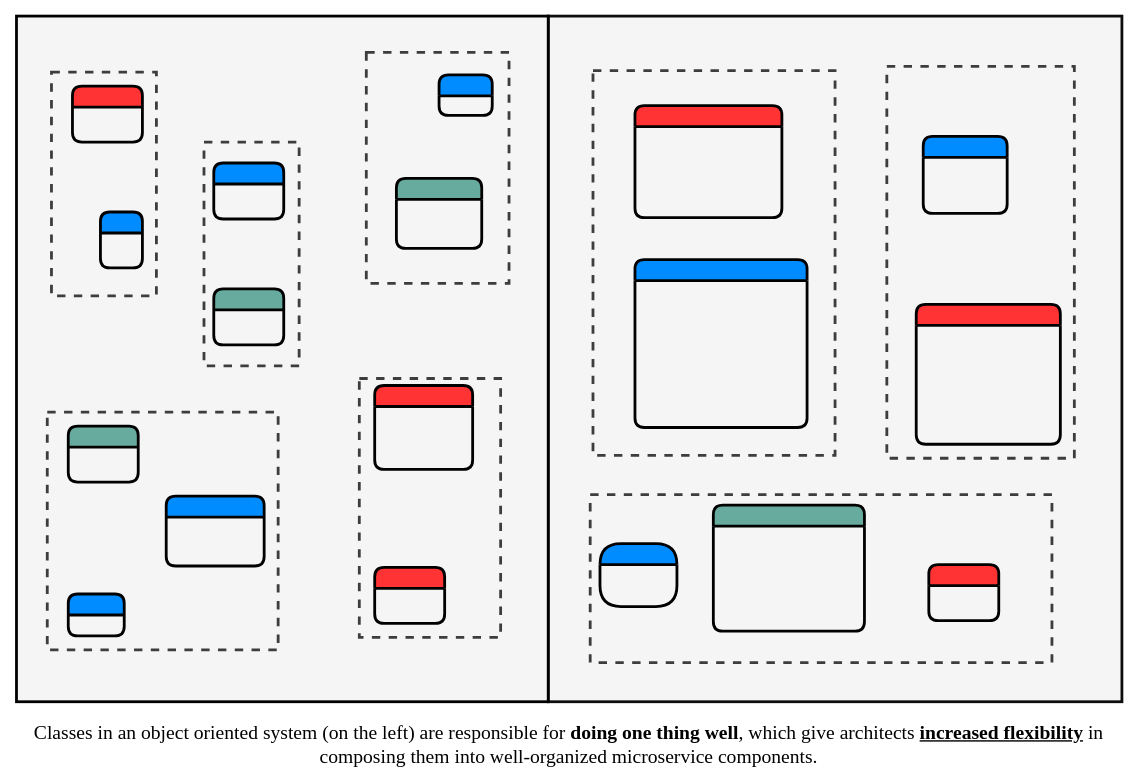
Above: images/do_one_thing_well.svg in Zir0-93/zir0-93.github.io (draw.io), before the change. Source tidied: cells renumbered, new cells last; positions are measured from the earlier drawing's top-left corner, leaving out a move shared by most shapes. Its diagram source:
```xml
<mxGraphModel>
  <root>
    <mxCell id="0" />
    <mxCell id="1" parent="0" />
    <mxCell id="2" style="whiteSpace=wrap;html=1;fillColor=#f5f5f5;strokeColor=#0D0D0D;fontColor=#333333;strokeWidth=2;" parent="1" vertex="1">
      <mxGeometry x="380" width="410" height="490" as="geometry" />
    </mxCell>
    <mxCell id="3" style="rounded=0;whiteSpace=wrap;html=1;strokeColor=#3D3D3D;fillColor=none;strokeWidth=2;dashed=1;" parent="1" vertex="1">
      <mxGeometry x="412" y="39" width="173" height="275" as="geometry" />
    </mxCell>
    <mxCell id="4" style="whiteSpace=wrap;html=1;fillColor=#f5f5f5;strokeColor=#000000;fontColor=#333333;strokeWidth=2;" parent="1" vertex="1">
      <mxGeometry width="380" height="490" as="geometry" />
    </mxCell>
    <mxCell id="5" style="rounded=0;whiteSpace=wrap;html=1;strokeColor=#3D3D3D;fillColor=none;strokeWidth=2;dashed=1;" parent="1" vertex="1">
      <mxGeometry x="25" y="40" width="75" height="160" as="geometry" />
    </mxCell>
    <mxCell id="6" style="rounded=0;whiteSpace=wrap;html=1;strokeColor=#3D3D3D;fillColor=none;strokeWidth=2;dashed=1;" parent="1" vertex="1">
      <mxGeometry x="250" y="26" width="102" height="165" as="geometry" />
    </mxCell>
    <mxCell id="7" style="rounded=0;whiteSpace=wrap;html=1;strokeColor=#3D3D3D;fillColor=none;strokeWidth=2;dashed=1;" parent="1" vertex="1">
      <mxGeometry x="22" y="283" width="165" height="170" as="geometry" />
    </mxCell>
    <mxCell id="8" style="swimlane;horizontal=1;startSize=15;fillColor=#FF3333;fontColor=#FFFFFF;rounded=1;fontSize=14;fontStyle=0;strokeWidth=2;shadow=0;dashed=0;align=center;" parent="1" vertex="1" collapsed="1">
      <mxGeometry x="40" y="50" width="50" height="40" as="geometry" />
    </mxCell>
    <mxCell id="9" style="swimlane;horizontal=1;startSize=15;fillColor=#008cff;fontColor=#FFFFFF;rounded=1;fontSize=14;fontStyle=0;strokeWidth=2;shadow=0;dashed=0;align=center;" parent="1" vertex="1" collapsed="1">
      <mxGeometry x="60" y="140" width="30" height="40" as="geometry" />
    </mxCell>
    <mxCell id="10" style="swimlane;horizontal=1;startSize=15;fillColor=#008cff;fontColor=#FFFFFF;rounded=1;fontSize=14;fontStyle=0;strokeWidth=2;shadow=0;dashed=0;align=center;" parent="1" vertex="1" collapsed="1">
      <mxGeometry x="141" y="105" width="50" height="40" as="geometry" />
    </mxCell>
    <mxCell id="11" style="swimlane;horizontal=1;startSize=15;fillColor=#67AB9F;rounded=1;fontSize=14;fontStyle=0;strokeWidth=2;shadow=0;dashed=0;align=center;strokeColor=#000000;" parent="1" vertex="1" collapsed="1">
      <mxGeometry x="141" y="195" width="50" height="40" as="geometry" />
    </mxCell>
    <mxCell id="12" style="swimlane;horizontal=1;startSize=15;fillColor=#67AB9F;fontColor=#FFFFFF;rounded=1;fontSize=14;fontStyle=0;strokeWidth=2;shadow=0;dashed=0;align=center;" parent="1" vertex="1" collapsed="1">
      <mxGeometry x="37" y="293" width="50" height="40" as="geometry" />
    </mxCell>
    <mxCell id="13" style="swimlane;horizontal=1;startSize=15;fillColor=#008cff;fontColor=#FFFFFF;rounded=1;fontSize=14;fontStyle=0;strokeWidth=2;shadow=0;dashed=0;align=center;" parent="1" vertex="1" collapsed="1">
      <mxGeometry x="107" y="343" width="70" height="50" as="geometry" />
    </mxCell>
    <mxCell id="14" style="swimlane;horizontal=1;startSize=15;fillColor=#008cff;fontColor=#FFFFFF;rounded=1;fontSize=14;fontStyle=0;strokeWidth=2;shadow=0;dashed=0;align=center;" parent="1" vertex="1" collapsed="1">
      <mxGeometry x="37" y="413" width="40" height="30" as="geometry" />
    </mxCell>
    <mxCell id="15" style="swimlane;horizontal=1;startSize=15;fillColor=#FF3333;fontColor=#FFFFFF;rounded=1;fontSize=14;fontStyle=0;strokeWidth=2;shadow=0;dashed=0;align=center;" parent="1" vertex="1" collapsed="1">
      <mxGeometry x="256" y="394" width="50" height="40" as="geometry" />
    </mxCell>
    <mxCell id="16" style="swimlane;horizontal=1;startSize=15;fillColor=#FF3333;fontColor=#FFFFFF;rounded=1;fontSize=14;fontStyle=0;strokeWidth=2;shadow=0;dashed=0;align=center;" parent="1" vertex="1" collapsed="1">
      <mxGeometry x="256" y="264" width="70" height="60" as="geometry" />
    </mxCell>
    <mxCell id="17" style="swimlane;horizontal=1;startSize=15;fillColor=#67AB9F;fontColor=#FFFFFF;rounded=1;fontSize=14;fontStyle=0;strokeWidth=2;shadow=0;dashed=0;align=center;" parent="1" vertex="1" collapsed="1">
      <mxGeometry x="271.5" y="116" width="61" height="50" as="geometry" />
    </mxCell>
    <mxCell id="18" style="swimlane;horizontal=1;startSize=15;fillColor=#008cff;fontColor=#FFFFFF;rounded=1;fontSize=14;fontStyle=0;strokeWidth=2;shadow=0;dashed=0;align=center;" parent="1" vertex="1" collapsed="1">
      <mxGeometry x="302" y="42" width="38" height="29" as="geometry" />
    </mxCell>
    <mxCell id="19" style="rounded=0;whiteSpace=wrap;html=1;strokeColor=#3D3D3D;fillColor=none;strokeWidth=2;dashed=1;" parent="1" vertex="1">
      <mxGeometry x="134" y="90" width="68" height="160" as="geometry" />
    </mxCell>
    <mxCell id="20" style="swimlane;horizontal=1;startSize=15;fillColor=#FF3333;fontColor=#FFFFFF;rounded=1;fontSize=14;fontStyle=0;strokeWidth=2;shadow=0;dashed=0;align=center;" parent="1" vertex="1" collapsed="1">
      <mxGeometry x="442" y="64" width="105" height="80" as="geometry" />
    </mxCell>
    <mxCell id="21" style="swimlane;horizontal=1;startSize=15;fillColor=#008cff;fontColor=#FFFFFF;rounded=1;fontSize=14;fontStyle=0;strokeWidth=2;shadow=0;dashed=0;align=center;" parent="1" vertex="1" collapsed="1">
      <mxGeometry x="442" y="174" width="123" height="120" as="geometry" />
    </mxCell>
    <mxCell id="22" style="swimlane;horizontal=1;startSize=15;fillColor=#008cff;fontColor=#FFFFFF;rounded=1;fontSize=14;fontStyle=0;strokeWidth=2;shadow=0;dashed=0;align=center;arcSize=50;" parent="1" vertex="1" collapsed="1">
      <mxGeometry x="417" y="377" width="55" height="45" as="geometry" />
    </mxCell>
    <mxCell id="23" style="swimlane;horizontal=1;startSize=15;fillColor=#FF3333;fontColor=#FFFFFF;rounded=1;fontSize=14;fontStyle=0;strokeWidth=2;shadow=0;dashed=0;align=center;" parent="1" vertex="1" collapsed="1">
      <mxGeometry x="652" y="392" width="50" height="40" as="geometry" />
    </mxCell>
    <mxCell id="24" style="swimlane;horizontal=1;startSize=15;fillColor=#FF3333;fontColor=#FFFFFF;rounded=1;fontSize=14;fontStyle=0;strokeWidth=2;shadow=0;dashed=0;align=center;" parent="1" vertex="1" collapsed="1">
      <mxGeometry x="643" y="206" width="103" height="100" as="geometry" />
    </mxCell>
    <mxCell id="25" style="swimlane;horizontal=1;startSize=15;fillColor=#67AB9F;fontColor=#FFFFFF;rounded=1;fontSize=14;fontStyle=0;strokeWidth=2;shadow=0;dashed=0;align=center;" parent="1" vertex="1" collapsed="1">
      <mxGeometry x="498" y="349.5" width="108" height="90" as="geometry" />
    </mxCell>
    <mxCell id="26" style="swimlane;horizontal=1;startSize=15;fillColor=#008cff;fontColor=#FFFFFF;rounded=1;fontSize=14;fontStyle=0;strokeWidth=2;shadow=0;dashed=0;align=center;" parent="1" vertex="1" collapsed="1">
      <mxGeometry x="648" y="86" width="60" height="55" as="geometry" />
    </mxCell>
    <mxCell id="27" style="rounded=0;whiteSpace=wrap;html=1;strokeColor=#3D3D3D;fillColor=none;strokeWidth=2;dashed=1;" parent="1" vertex="1">
      <mxGeometry x="245" y="259" width="101" height="185" as="geometry" />
    </mxCell>
    <mxCell id="28" style="rounded=0;whiteSpace=wrap;html=1;strokeColor=#3D3D3D;fillColor=none;strokeWidth=2;dashed=1;" parent="1" vertex="1">
      <mxGeometry x="410" y="342" width="330" height="120" as="geometry" />
    </mxCell>
    <mxCell id="29" style="rounded=0;whiteSpace=wrap;html=1;strokeColor=#3D3D3D;fillColor=none;strokeWidth=2;dashed=1;" parent="1" vertex="1">
      <mxGeometry x="622" y="36" width="134" height="280" as="geometry" />
    </mxCell>
    <mxCell id="30" value="&lt;font style=&quot;font-size: 14px&quot;&gt;Classes in an object oriented system (on the left) are responsible for &lt;b&gt;doing one&amp;nbsp;thing well&lt;/b&gt;, which give architects &lt;b&gt;&lt;u&gt;increased flexibility&lt;/u&gt; &lt;/b&gt;in composing them into well-organized microservice components.&lt;/font&gt;" style="text;html=1;strokeColor=none;fillColor=none;align=center;verticalAlign=middle;whiteSpace=wrap;rounded=0;fontFamily=Consolas;" parent="1" vertex="1">
      <mxGeometry y="510" width="790" height="20" as="geometry" />
    </mxCell>
  </root>
</mxGraphModel>
```
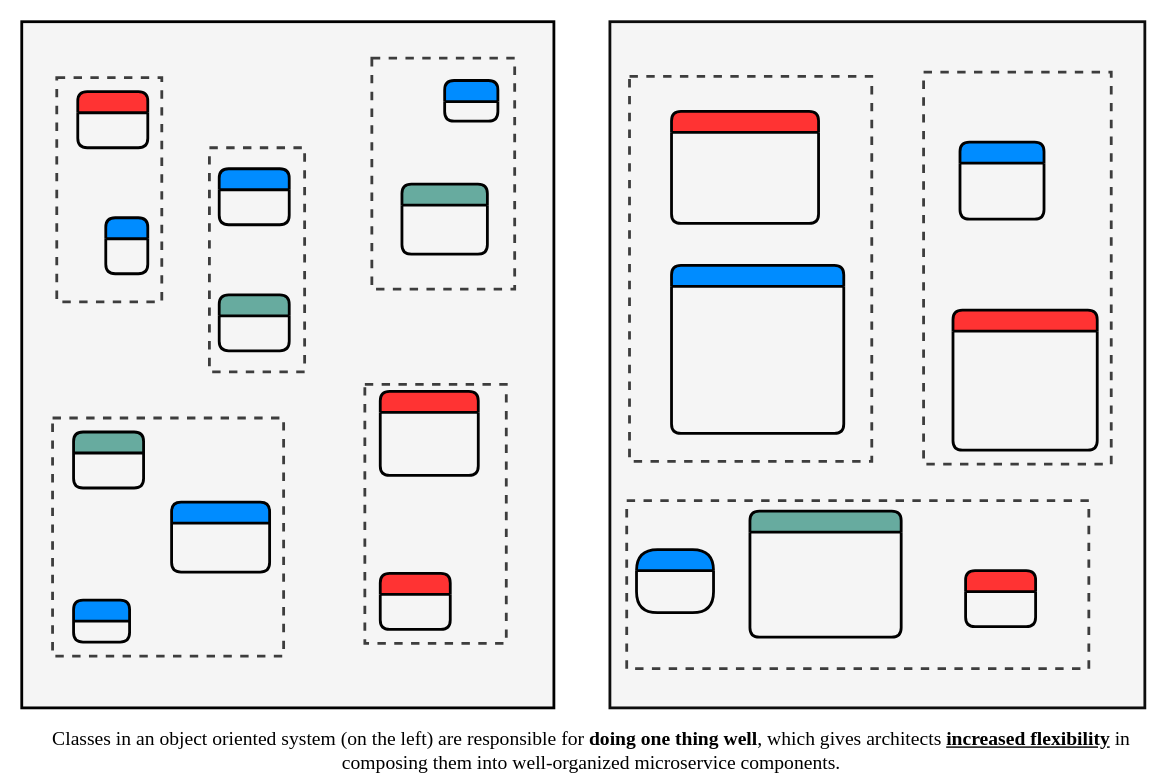
Later version of the same file.

What changed in the source:
```diff
@@ -3,10 +3,10 @@
     <mxCell id="0" />
     <mxCell id="1" parent="0" />
     <mxCell id="2" style="whiteSpace=wrap;html=1;fillColor=#f5f5f5;strokeColor=#0D0D0D;fontColor=#333333;strokeWidth=2;" parent="1" vertex="1">
-      <mxGeometry x="380" width="410" height="490" as="geometry" />
+      <mxGeometry x="420" width="382" height="490" as="geometry" />
     </mxCell>
     <mxCell id="3" style="rounded=0;whiteSpace=wrap;html=1;strokeColor=#3D3D3D;fillColor=none;strokeWidth=2;dashed=1;" parent="1" vertex="1">
-      <mxGeometry x="412" y="39" width="173" height="275" as="geometry" />
+      <mxGeometry x="434" y="39" width="173" height="275" as="geometry" />
     </mxCell>
     <mxCell id="4" style="whiteSpace=wrap;html=1;fillColor=#f5f5f5;strokeColor=#000000;fontColor=#333333;strokeWidth=2;" parent="1" vertex="1">
       <mxGeometry width="380" height="490" as="geometry" />
@@ -57,37 +57,37 @@
       <mxGeometry x="134" y="90" width="68" height="160" as="geometry" />
     </mxCell>
     <mxCell id="20" style="swimlane;horizontal=1;startSize=15;fillColor=#FF3333;fontColor=#FFFFFF;rounded=1;fontSize=14;fontStyle=0;strokeWidth=2;shadow=0;dashed=0;align=center;" parent="1" vertex="1" collapsed="1">
-      <mxGeometry x="442" y="64" width="105" height="80" as="geometry" />
+      <mxGeometry x="464" y="64" width="105" height="80" as="geometry" />
     </mxCell>
     <mxCell id="21" style="swimlane;horizontal=1;startSize=15;fillColor=#008cff;fontColor=#FFFFFF;rounded=1;fontSize=14;fontStyle=0;strokeWidth=2;shadow=0;dashed=0;align=center;" parent="1" vertex="1" collapsed="1">
-      <mxGeometry x="442" y="174" width="123" height="120" as="geometry" />
+      <mxGeometry x="464" y="174" width="123" height="120" as="geometry" />
     </mxCell>
     <mxCell id="22" style="swimlane;horizontal=1;startSize=15;fillColor=#008cff;fontColor=#FFFFFF;rounded=1;fontSize=14;fontStyle=0;strokeWidth=2;shadow=0;dashed=0;align=center;arcSize=50;" parent="1" vertex="1" collapsed="1">
-      <mxGeometry x="417" y="377" width="55" height="45" as="geometry" />
+      <mxGeometry x="439" y="377" width="55" height="45" as="geometry" />
     </mxCell>
     <mxCell id="23" style="swimlane;horizontal=1;startSize=15;fillColor=#FF3333;fontColor=#FFFFFF;rounded=1;fontSize=14;fontStyle=0;strokeWidth=2;shadow=0;dashed=0;align=center;" parent="1" vertex="1" collapsed="1">
-      <mxGeometry x="652" y="392" width="50" height="40" as="geometry" />
+      <mxGeometry x="674" y="392" width="50" height="40" as="geometry" />
     </mxCell>
     <mxCell id="24" style="swimlane;horizontal=1;startSize=15;fillColor=#FF3333;fontColor=#FFFFFF;rounded=1;fontSize=14;fontStyle=0;strokeWidth=2;shadow=0;dashed=0;align=center;" parent="1" vertex="1" collapsed="1">
-      <mxGeometry x="643" y="206" width="103" height="100" as="geometry" />
+      <mxGeometry x="665" y="206" width="103" height="100" as="geometry" />
     </mxCell>
     <mxCell id="25" style="swimlane;horizontal=1;startSize=15;fillColor=#67AB9F;fontColor=#FFFFFF;rounded=1;fontSize=14;fontStyle=0;strokeWidth=2;shadow=0;dashed=0;align=center;" parent="1" vertex="1" collapsed="1">
-      <mxGeometry x="498" y="349.5" width="108" height="90" as="geometry" />
+      <mxGeometry x="520" y="349.5" width="108" height="90" as="geometry" />
     </mxCell>
     <mxCell id="26" style="swimlane;horizontal=1;startSize=15;fillColor=#008cff;fontColor=#FFFFFF;rounded=1;fontSize=14;fontStyle=0;strokeWidth=2;shadow=0;dashed=0;align=center;" parent="1" vertex="1" collapsed="1">
-      <mxGeometry x="648" y="86" width="60" height="55" as="geometry" />
+      <mxGeometry x="670" y="86" width="60" height="55" as="geometry" />
     </mxCell>
     <mxCell id="27" style="rounded=0;whiteSpace=wrap;html=1;strokeColor=#3D3D3D;fillColor=none;strokeWidth=2;dashed=1;" parent="1" vertex="1">
       <mxGeometry x="245" y="259" width="101" height="185" as="geometry" />
     </mxCell>
     <mxCell id="28" style="rounded=0;whiteSpace=wrap;html=1;strokeColor=#3D3D3D;fillColor=none;strokeWidth=2;dashed=1;" parent="1" vertex="1">
-      <mxGeometry x="410" y="342" width="330" height="120" as="geometry" />
+      <mxGeometry x="432" y="342" width="330" height="120" as="geometry" />
     </mxCell>
     <mxCell id="29" style="rounded=0;whiteSpace=wrap;html=1;strokeColor=#3D3D3D;fillColor=none;strokeWidth=2;dashed=1;" parent="1" vertex="1">
-      <mxGeometry x="622" y="36" width="134" height="280" as="geometry" />
+      <mxGeometry x="644" y="36" width="134" height="280" as="geometry" />
     </mxCell>
-    <mxCell id="30" value="&lt;font style=&quot;font-size: 14px&quot;&gt;Classes in an object oriented system (on the left) are responsible for &lt;b&gt;doing one&amp;nbsp;thing well&lt;/b&gt;, which give architects &lt;b&gt;&lt;u&gt;increased flexibility&lt;/u&gt; &lt;/b&gt;in composing them into well-organized microservice components.&lt;/font&gt;" style="text;html=1;strokeColor=none;fillColor=none;align=center;verticalAlign=middle;whiteSpace=wrap;rounded=0;fontFamily=Consolas;" parent="1" vertex="1">
-      <mxGeometry y="510" width="790" height="20" as="geometry" />
+    <mxCell id="30" value="&lt;font style=&quot;font-size: 14px&quot;&gt;Classes in an object oriented system (on the left) are responsible for &lt;b&gt;doing one&amp;nbsp;thing well&lt;/b&gt;, which gives architects &lt;b&gt;&lt;u&gt;increased flexibility&lt;/u&gt; &lt;/b&gt;in composing them into well-organized microservice components.&lt;/font&gt;" style="text;html=1;strokeColor=none;fillColor=none;align=center;verticalAlign=middle;whiteSpace=wrap;rounded=0;fontFamily=Consolas;" parent="1" vertex="1">
+      <mxGeometry x="12" y="510" width="790" height="20" as="geometry" />
     </mxCell>
   </root>
 </mxGraphModel>
```
